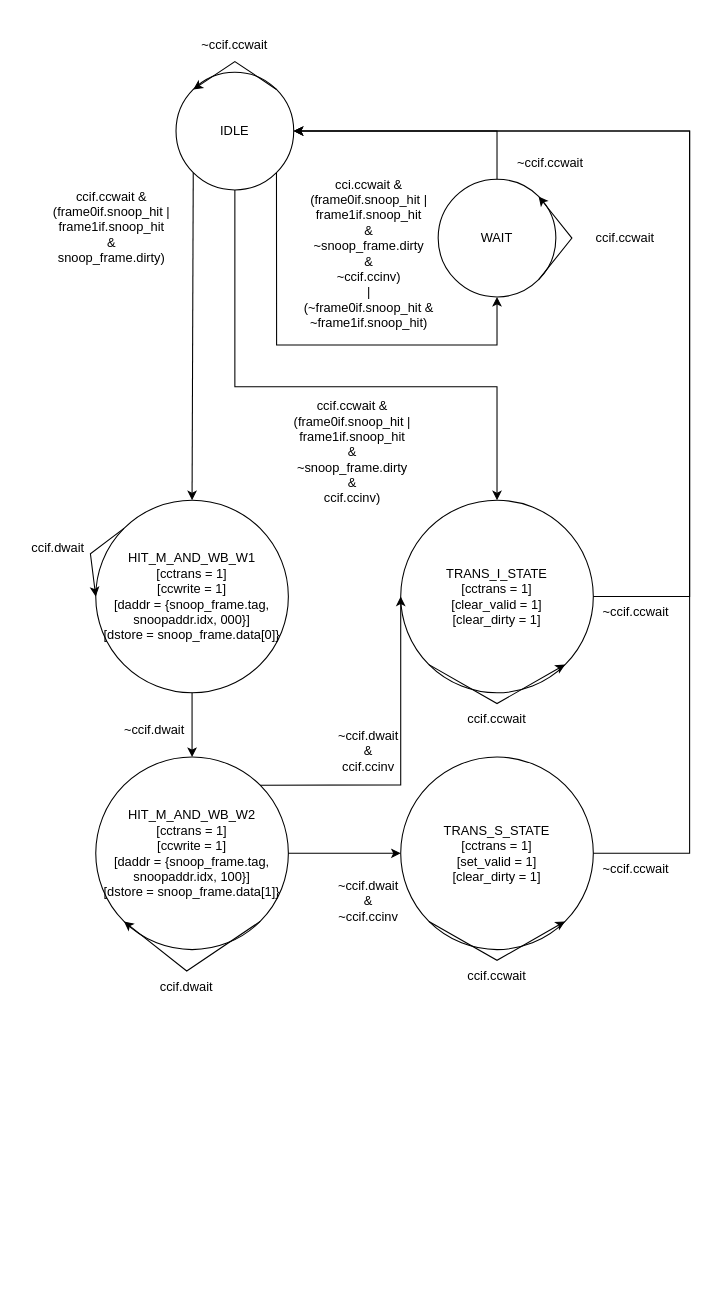
This is page "Page-3" (3 of 3) of Caches.drawio from dsrasheed/ece437, a draw.io file, before an edit. Source tidied: cells renumbered, new cells numbered last; positions are measured from the earlier drawing's top-left corner, leaving out a move shared by most shapes. Both pictures are drawn from the tidied source at 107%, with x=0, y=0 at pixel (26, 29).
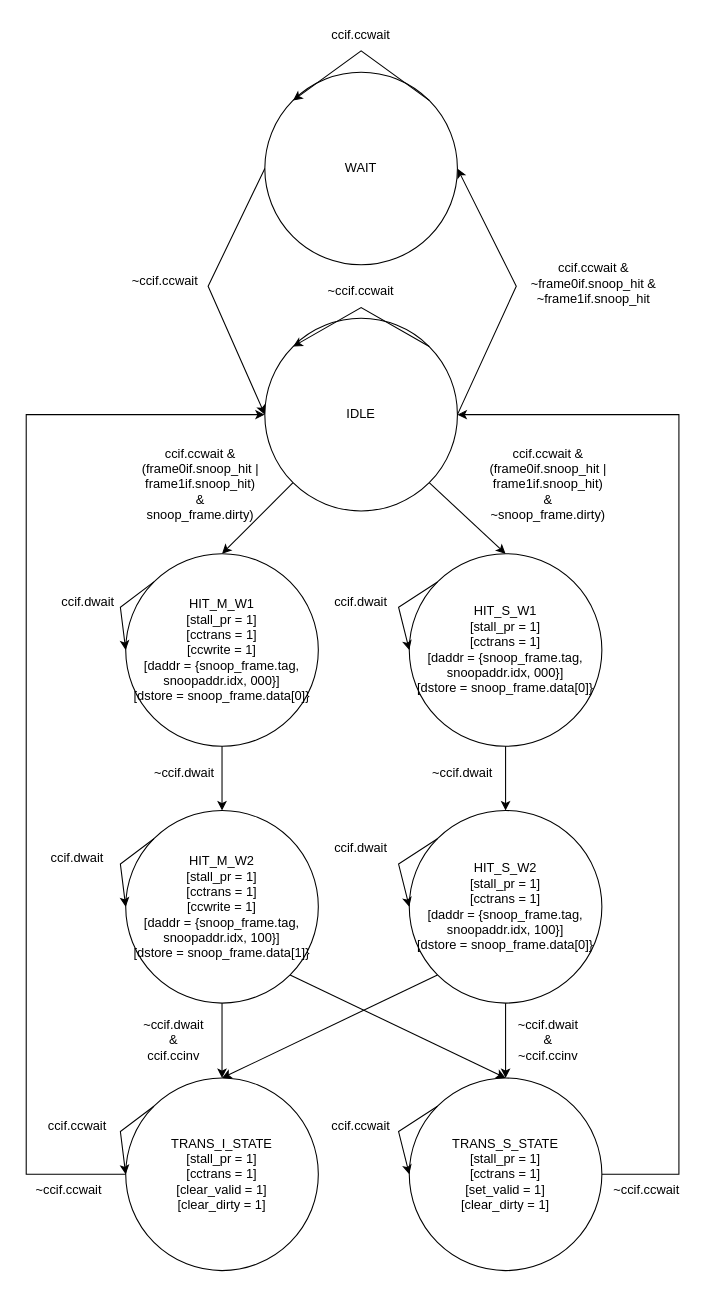
The same page after the edit.

Diff of the diagram source:
```diff
@@
-    <mxCell id="2" value="IDLE" style="ellipse;whiteSpace=wrap;html=1;" parent="1" vertex="1">
-      <mxGeometry x="140" y="40" width="110" height="110" as="geometry" />
-    </mxCell>
@@
-    <mxCell id="4" value="ccif.ccwait &amp;amp;&lt;br&gt;(frame0if.snoop_hit | frame1if.snoop_hit&lt;br&gt;&amp;amp;&lt;br&gt;snoop_frame.dirty)" style="text;html=1;strokeColor=none;fillColor=none;align=center;verticalAlign=middle;whiteSpace=wrap;rounded=0;" parent="1" vertex="1">
-      <mxGeometry x="10" y="140" width="140" height="90" as="geometry" />
+    <mxCell id="4" value="ccif.ccwait &amp;amp;&lt;br&gt;(frame0if.snoop_hit | frame1if.snoop_hit)&lt;br&gt;&amp;amp;&lt;br&gt;snoop_frame.dirty)" style="text;html=1;strokeColor=none;fillColor=none;align=center;verticalAlign=middle;whiteSpace=wrap;rounded=0;" parent="1" vertex="1">
+      <mxGeometry x="93" y="380" width="140" height="90" as="geometry" />
     </mxCell>
-    <mxCell id="5" value="cci.ccwait &amp;amp;&lt;br&gt;(frame0if.snoop_hit |&lt;br&gt;frame1if.snoop_hit&lt;br&gt;&amp;amp;&lt;br&gt;~snoop_frame.dirty&lt;br&gt;&amp;amp;&lt;br&gt;~ccif.ccinv)&lt;br&gt;|&lt;br&gt;(~frame0if.snoop_hit &amp;amp; ~frame1if.snoop_hit)" style="text;html=1;strokeColor=none;fillColor=none;align=center;verticalAlign=middle;whiteSpace=wrap;rounded=0;" parent="1" vertex="1">
-      <mxGeometry x="257.5" y="160" width="125" height="100" as="geometry" />
+    <mxCell id="5" value="&lt;br&gt;ccif.ccwait &amp;amp;&lt;br&gt;~frame0if.snoop_hit &amp;amp; ~frame1if.snoop_hit" style="text;html=1;strokeColor=none;fillColor=none;align=center;verticalAlign=middle;whiteSpace=wrap;rounded=0;" parent="1" vertex="1">
+      <mxGeometry x="468" y="180" width="125" height="100" as="geometry" />
     </mxCell>
-    <mxCell id="6" style="endArrow=classic;html=1;rounded=0;exitX=0.5;exitY=1;exitDx=0;exitDy=0;entryX=0.5;entryY=0;entryDx=0;entryDy=0;" parent="1" edge="1" source="2" target="14">
-      <mxGeometry relative="1" as="geometry">
-        <Array as="points">
-          <mxPoint x="195" y="334" />
-          <mxPoint x="440" y="334" />
-        </Array>
-      </mxGeometry>
-    </mxCell>
-    <mxCell id="7" value="ccif.ccwait &amp;amp;&lt;br&gt;(frame0if.snoop_hit | frame1if.snoop_hit&lt;br&gt;&amp;amp;&lt;br&gt;~snoop_frame.dirty&lt;br&gt;&amp;amp;&lt;br&gt;ccif.ccinv)" style="text;html=1;strokeColor=none;fillColor=none;align=center;verticalAlign=middle;whiteSpace=wrap;rounded=0;" parent="1" vertex="1">
-      <mxGeometry x="235" y="380" width="140" height="30" as="geometry" />
+    <mxCell id="7" value="ccif.ccwait &amp;amp;&lt;br&gt;(frame0if.snoop_hit | frame1if.snoop_hit)&lt;br&gt;&amp;amp;&lt;br&gt;~snoop_frame.dirty)" style="text;html=1;strokeColor=none;fillColor=none;align=center;verticalAlign=middle;whiteSpace=wrap;rounded=0;" parent="1" vertex="1">
+      <mxGeometry x="418" y="410" width="140" height="30" as="geometry" />
     </mxCell>
-    <mxCell id="8" value="HIT_M_AND_WB_W1&lt;br&gt;[cctrans = 1]&lt;br&gt;[ccwrite = 1]&lt;br&gt;[daddr = {snoop_frame.tag, snoopaddr.idx, 000}]&lt;br&gt;[dstore = snoop_frame.data[0]}" style="ellipse;whiteSpace=wrap;html=1;" parent="1" vertex="1">
-      <mxGeometry x="65" y="440" width="180" height="180" as="geometry" />
+    <mxCell id="8" value="HIT_M_W1&lt;br&gt;[stall_pr = 1]&lt;br&gt;[cctrans = 1]&lt;br&gt;[ccwrite = 1]&lt;br&gt;[daddr = {snoop_frame.tag, snoopaddr.idx, 000}]&lt;br&gt;[dstore = snoop_frame.data[0]}" style="ellipse;whiteSpace=wrap;html=1;" parent="1" vertex="1">
+      <mxGeometry x="93" y="490" width="180" height="180" as="geometry" />
     </mxCell>
-    <mxCell id="9" value="HIT_M_AND_WB_W2&lt;br&gt;[cctrans = 1]&lt;br&gt;[ccwrite = 1]&lt;br&gt;[daddr = {snoop_frame.tag, snoopaddr.idx, 100}]&lt;br&gt;[dstore = snoop_frame.data[1]}" style="ellipse;whiteSpace=wrap;html=1;" parent="1" vertex="1">
-      <mxGeometry x="65" y="680" width="180" height="180" as="geometry" />
+    <mxCell id="9" value="HIT_M_W2&lt;br&gt;[stall_pr = 1]&lt;br&gt;[cctrans = 1]&lt;br&gt;[ccwrite = 1]&lt;br&gt;[daddr = {snoop_frame.tag, snoopaddr.idx, 100}]&lt;br&gt;[dstore = snoop_frame.data[1]}" style="ellipse;whiteSpace=wrap;html=1;" parent="1" vertex="1">
+      <mxGeometry x="93" y="730" width="180" height="180" as="geometry" />
     </mxCell>
@@
     <mxCell id="11" value="~ccif.dwait" style="text;html=1;strokeColor=none;fillColor=none;align=center;verticalAlign=middle;whiteSpace=wrap;rounded=0;" parent="1" vertex="1">
-      <mxGeometry x="90" y="640" width="60" height="30" as="geometry" />
+      <mxGeometry x="118" y="680" width="60" height="30" as="geometry" />
     </mxCell>
     <mxCell id="12" style="endArrow=classic;html=1;rounded=0;entryX=0;entryY=0.5;entryDx=0;entryDy=0;exitX=0;exitY=0;exitDx=0;exitDy=0;" parent="1" edge="1" source="8" target="8">
       <mxGeometry relative="1" as="geometry">
         <Array as="points">
-          <mxPoint x="60" y="490" />
+          <mxPoint x="88" y="540" />
         </Array>
       </mxGeometry>
     </mxCell>
     <mxCell id="13" value="ccif.dwait" style="text;html=1;strokeColor=none;fillColor=none;align=center;verticalAlign=middle;whiteSpace=wrap;rounded=0;" parent="1" vertex="1">
-      <mxGeometry y="470" width="60" height="30" as="geometry" />
+      <mxGeometry x="28" y="520" width="60" height="30" as="geometry" />
     </mxCell>
-    <mxCell id="14" value="TRANS_I_STATE&lt;br&gt;[cctrans = 1]&lt;br&gt;[clear_valid = 1]&lt;br&gt;[clear_dirty = 1]" style="ellipse;whiteSpace=wrap;html=1;" parent="1" vertex="1">
-      <mxGeometry x="350" y="440" width="180" height="180" as="geometry" />
-    </mxCell>
-    <mxCell id="15" style="endArrow=classic;html=1;rounded=0;exitX=1;exitY=0;exitDx=0;exitDy=0;entryX=0;entryY=0.5;entryDx=0;entryDy=0;" parent="1" edge="1" source="9" target="14">
-      <mxGeometry relative="1" as="geometry">
-        <Array as="points">
-          <mxPoint x="350" y="706" />
-        </Array>
-      </mxGeometry>
-    </mxCell>
-    <mxCell id="16" value="~ccif.dwait &lt;br&gt;&amp;amp;&lt;br&gt;ccif.ccinv" style="text;html=1;strokeColor=none;fillColor=none;align=center;verticalAlign=middle;whiteSpace=wrap;rounded=0;" parent="1" vertex="1">
-      <mxGeometry x="260" y="660" width="120" height="30" as="geometry" />
-    </mxCell>
-    <mxCell id="17" style="endArrow=classic;html=1;rounded=0;exitX=1;exitY=1;exitDx=0;exitDy=0;entryX=0;entryY=1;entryDx=0;entryDy=0;" parent="1" edge="1" source="9" target="9">
+    <mxCell id="17" style="endArrow=classic;html=1;rounded=0;exitX=0;exitY=0;exitDx=0;exitDy=0;entryX=0;entryY=0.5;entryDx=0;entryDy=0;" parent="1" edge="1" source="9" target="9">
       <mxGeometry relative="1" as="geometry">
         <Array as="points">
-          <mxPoint x="150" y="880" />
+          <mxPoint x="88" y="780" />
         </Array>
       </mxGeometry>
     </mxCell>
     <mxCell id="18" value="ccif.dwait" style="text;html=1;strokeColor=none;fillColor=none;align=center;verticalAlign=middle;whiteSpace=wrap;rounded=0;" parent="1" vertex="1">
-      <mxGeometry x="120" y="880" width="60" height="30" as="geometry" />
+      <mxGeometry x="18" y="760" width="60" height="30" as="geometry" />
     </mxCell>
+    <mxCell id="23" value="~ccif.ccwait" style="text;html=1;strokeColor=none;fillColor=none;align=center;verticalAlign=middle;whiteSpace=wrap;rounded=0;" parent="1" vertex="1">
+      <mxGeometry x="283" y="230" width="60" height="30" as="geometry" />
+    </mxCell>
+    <mxCell id="38" value="TRANS_I_STATE&lt;br&gt;[stall_pr = 1]&lt;br&gt;[cctrans = 1]&lt;br&gt;[clear_valid = 1]&lt;br&gt;[clear_dirty = 1]" style="ellipse;whiteSpace=wrap;html=1;" parent="1" vertex="1">
+      <mxGeometry x="93" y="980" width="180" height="180" as="geometry" />
+    </mxCell>
+    <mxCell id="39" value="TRANS_S_STATE&lt;br&gt;[stall_pr = 1]&lt;br&gt;[cctrans = 1]&lt;br&gt;[set_valid = 1]&lt;br&gt;[clear_dirty = 1]" style="ellipse;whiteSpace=wrap;html=1;" parent="1" vertex="1">
+      <mxGeometry x="358" y="980" width="180" height="180" as="geometry" />
+    </mxCell>
+    <mxCell id="40" value="HIT_S_W1&lt;br&gt;[stall_pr = 1]&lt;br&gt;[cctrans = 1]&lt;br&gt;[daddr = {snoop_frame.tag, snoopaddr.idx, 000}]&lt;br&gt;[dstore = snoop_frame.data[0]}" style="ellipse;whiteSpace=wrap;html=1;" parent="1" vertex="1">
+      <mxGeometry x="358" y="490" width="180" height="180" as="geometry" />
+    </mxCell>
+    <mxCell id="41" style="endArrow=classic;html=1;rounded=0;entryX=0.5;entryY=0;entryDx=0;entryDy=0;exitX=0.5;exitY=1;exitDx=0;exitDy=0;" parent="1" edge="1" source="40" target="42">
+      <mxGeometry relative="1" as="geometry" />
+    </mxCell>
+    <mxCell id="42" value="HIT_S_W2&lt;br&gt;[stall_pr = 1]&lt;br&gt;[cctrans = 1]&lt;br&gt;[daddr = {snoop_frame.tag, snoopaddr.idx, 100}]&lt;br&gt;[dstore = snoop_frame.data[0]}" style="ellipse;whiteSpace=wrap;html=1;" parent="1" vertex="1">
+      <mxGeometry x="358" y="730" width="180" height="180" as="geometry" />
+    </mxCell>
+    <mxCell id="43" value="~ccif.dwait" style="text;html=1;strokeColor=none;fillColor=none;align=center;verticalAlign=middle;whiteSpace=wrap;rounded=0;" parent="1" vertex="1">
+      <mxGeometry x="378" y="680" width="60" height="30" as="geometry" />
+    </mxCell>
+    <mxCell id="44" style="endArrow=classic;html=1;rounded=0;entryX=0;entryY=0.5;entryDx=0;entryDy=0;exitX=0;exitY=0;exitDx=0;exitDy=0;" parent="1" edge="1" source="40" target="40">
+      <mxGeometry relative="1" as="geometry">
+        <Array as="points">
+          <mxPoint x="348" y="540" />
+        </Array>
+      </mxGeometry>
+    </mxCell>
+    <mxCell id="45" value="ccif.dwait" style="text;html=1;strokeColor=none;fillColor=none;align=center;verticalAlign=middle;whiteSpace=wrap;rounded=0;" parent="1" vertex="1">
+      <mxGeometry x="283" y="520" width="60" height="30" as="geometry" />
+    </mxCell>
+    <mxCell id="46" style="endArrow=classic;html=1;rounded=0;entryX=0;entryY=0.5;entryDx=0;entryDy=0;exitX=0;exitY=0;exitDx=0;exitDy=0;" parent="1" edge="1" source="42" target="42">
+      <mxGeometry relative="1" as="geometry">
+        <Array as="points">
+          <mxPoint x="348" y="780" />
+        </Array>
+      </mxGeometry>
+    </mxCell>
+    <mxCell id="47" value="ccif.dwait" style="text;html=1;strokeColor=none;fillColor=none;align=center;verticalAlign=middle;whiteSpace=wrap;rounded=0;" parent="1" vertex="1">
+      <mxGeometry x="283" y="750" width="60" height="30" as="geometry" />
+    </mxCell>
+    <mxCell id="48" style="endArrow=classic;html=1;rounded=0;entryX=0.5;entryY=0;entryDx=0;entryDy=0;exitX=0.5;exitY=1;exitDx=0;exitDy=0;" parent="1" edge="1" source="9" target="38">
+      <mxGeometry relative="1" as="geometry" />
+    </mxCell>
+    <mxCell id="49" style="endArrow=classic;html=1;rounded=0;entryX=0.5;entryY=0;entryDx=0;entryDy=0;exitX=0;exitY=1;exitDx=0;exitDy=0;" parent="1" edge="1" source="42" target="38">
+      <mxGeometry relative="1" as="geometry" />
+    </mxCell>
+    <mxCell id="50" style="endArrow=classic;html=1;rounded=0;entryX=0.5;entryY=0;entryDx=0;entryDy=0;exitX=0.5;exitY=1;exitDx=0;exitDy=0;" parent="1" edge="1" source="42" target="39">
+      <mxGeometry relative="1" as="geometry" />
+    </mxCell>
+    <mxCell id="51" style="endArrow=classic;html=1;rounded=0;entryX=0.5;entryY=0;entryDx=0;entryDy=0;exitX=1;exitY=1;exitDx=0;exitDy=0;" parent="1" edge="1" source="9" target="39">
+      <mxGeometry relative="1" as="geometry" />
+    </mxCell>
+    <mxCell id="16" value="~ccif.dwait&lt;br&gt;&amp;amp;&lt;br&gt;ccif.ccinv" style="text;html=1;strokeColor=none;fillColor=none;align=center;verticalAlign=middle;whiteSpace=wrap;rounded=0;" parent="1" vertex="1">
+      <mxGeometry x="108" y="930" width="60" height="30" as="geometry" />
+    </mxCell>
-    <mxCell id="19" value="~ccif.dwait &lt;br&gt;&amp;amp;&lt;br&gt;~ccif.ccinv" style="text;html=1;strokeColor=none;fillColor=none;align=center;verticalAlign=middle;whiteSpace=wrap;rounded=0;" parent="1" vertex="1">
-      <mxGeometry x="280" y="800" width="80" height="30" as="geometry" />
+    <mxCell id="19" value="~ccif.dwait&lt;br&gt;&amp;amp;&lt;br&gt;~ccif.ccinv" style="text;html=1;strokeColor=none;fillColor=none;align=center;verticalAlign=middle;whiteSpace=wrap;rounded=0;" parent="1" vertex="1">
+      <mxGeometry x="458" y="930" width="60" height="30" as="geometry" />
     </mxCell>
+    <mxCell id="52" style="endArrow=classic;html=1;rounded=0;entryX=0;entryY=0.5;entryDx=0;entryDy=0;exitX=0;exitY=0;exitDx=0;exitDy=0;" parent="1" edge="1" source="38" target="38">
+      <mxGeometry relative="1" as="geometry">
+        <Array as="points">
+          <mxPoint x="88" y="1030" />
+        </Array>
+      </mxGeometry>
+    </mxCell>
+    <mxCell id="53" value="ccif.ccwait" style="text;html=1;strokeColor=none;fillColor=none;align=center;verticalAlign=middle;whiteSpace=wrap;rounded=0;" parent="1" vertex="1">
+      <mxGeometry x="18" y="1010" width="60" height="30" as="geometry" />
+    </mxCell>
+    <mxCell id="54" style="endArrow=classic;html=1;rounded=0;entryX=0;entryY=0.5;entryDx=0;entryDy=0;exitX=0;exitY=0;exitDx=0;exitDy=0;" parent="1" edge="1" source="39" target="39">
+      <mxGeometry relative="1" as="geometry">
+        <Array as="points">
+          <mxPoint x="348" y="1030" />
+        </Array>
+      </mxGeometry>
+    </mxCell>
+    <mxCell id="55" value="ccif.ccwait" style="text;html=1;strokeColor=none;fillColor=none;align=center;verticalAlign=middle;whiteSpace=wrap;rounded=0;" parent="1" vertex="1">
+      <mxGeometry x="283" y="1010" width="60" height="30" as="geometry" />
+    </mxCell>
+    <mxCell id="2" value="IDLE" style="ellipse;whiteSpace=wrap;html=1;" parent="1" vertex="1">
+      <mxGeometry x="223" y="270" width="180" height="180" as="geometry" />
+    </mxCell>
+    <mxCell id="56" style="endArrow=classic;html=1;rounded=0;entryX=0.5;entryY=0;entryDx=0;entryDy=0;exitX=1;exitY=1;exitDx=0;exitDy=0;" parent="1" edge="1" source="2" target="40">
+      <mxGeometry relative="1" as="geometry" />
+    </mxCell>
+    <mxCell id="22" style="endArrow=classic;html=1;rounded=0;entryX=0;entryY=0;entryDx=0;entryDy=0;exitX=1;exitY=0;exitDx=0;exitDy=0;" parent="1" edge="1" source="2" target="2">
+      <mxGeometry relative="1" as="geometry">
+        <Array as="points">
+          <mxPoint x="313" y="260" />
+        </Array>
+      </mxGeometry>
+    </mxCell>
-    <mxCell id="20" style="endArrow=classic;html=1;rounded=0;entryX=0.5;entryY=1;entryDx=0;entryDy=0;exitX=1;exitY=1;exitDx=0;exitDy=0;" parent="1" edge="1" source="2" target="29">
+    <mxCell id="20" style="endArrow=classic;html=1;rounded=0;exitX=1;exitY=0.5;exitDx=0;exitDy=0;entryX=1;entryY=0.5;entryDx=0;entryDy=0;" parent="1" edge="1" source="2" target="29">
       <mxGeometry relative="1" as="geometry">
         <Array as="points">
-          <mxPoint x="234" y="295" />
-          <mxPoint x="440" y="295" />
+          <mxPoint x="458" y="240" />
         </Array>
       </mxGeometry>
     </mxCell>
-    <mxCell id="21" value="ccif.ccwait" style="text;html=1;strokeColor=none;fillColor=none;align=center;verticalAlign=middle;whiteSpace=wrap;rounded=0;" parent="1" vertex="1">
-      <mxGeometry x="410" y="630" width="60" height="30" as="geometry" />
-    </mxCell>
-    <mxCell id="22" style="endArrow=classic;html=1;rounded=0;entryX=0;entryY=0;entryDx=0;entryDy=0;exitX=1;exitY=0;exitDx=0;exitDy=0;" parent="1" edge="1" source="2" target="2">
-      <mxGeometry relative="1" as="geometry">
-        <Array as="points">
-          <mxPoint x="195" y="30" />
-        </Array>
-      </mxGeometry>
-    </mxCell>
-    <mxCell id="23" value="~ccif.ccwait" style="text;html=1;strokeColor=none;fillColor=none;align=center;verticalAlign=middle;whiteSpace=wrap;rounded=0;" parent="1" vertex="1">
-      <mxGeometry x="165" width="60" height="30" as="geometry" />
-    </mxCell>
-    <mxCell id="24" value="~ccif.ccwait" style="text;html=1;strokeColor=none;fillColor=none;align=center;verticalAlign=middle;whiteSpace=wrap;rounded=0;" parent="1" vertex="1">
-      <mxGeometry x="540" y="530" width="60" height="30" as="geometry" />
-    </mxCell>
-    <mxCell id="25" value="TRANS_S_STATE&lt;br&gt;[cctrans = 1]&lt;br&gt;[set_valid = 1]&lt;br&gt;[clear_dirty = 1]" style="ellipse;whiteSpace=wrap;html=1;" parent="1" vertex="1">
-      <mxGeometry x="350" y="680" width="180" height="180" as="geometry" />
-    </mxCell>
-    <mxCell id="26" style="endArrow=classic;html=1;rounded=0;exitX=1;exitY=0.5;exitDx=0;exitDy=0;entryX=0;entryY=0.5;entryDx=0;entryDy=0;" parent="1" edge="1" source="9" target="25">
-      <mxGeometry relative="1" as="geometry" />
-    </mxCell>
-    <mxCell id="27" style="endArrow=classic;html=1;rounded=0;entryX=1;entryY=1;entryDx=0;entryDy=0;exitX=0;exitY=1;exitDx=0;exitDy=0;" parent="1" edge="1" source="14" target="14">
-      <mxGeometry relative="1" as="geometry">
-        <Array as="points">
-          <mxPoint x="440" y="630" />
-        </Array>
-      </mxGeometry>
-    </mxCell>
-    <mxCell id="28" style="endArrow=classic;html=1;rounded=0;entryX=1;entryY=0.5;entryDx=0;entryDy=0;exitX=1;exitY=0.5;exitDx=0;exitDy=0;" parent="1" edge="1" source="14" target="2">
-      <mxGeometry relative="1" as="geometry">
-        <Array as="points">
-          <mxPoint x="620" y="530" />
-          <mxPoint x="620" y="95" />
-        </Array>
-      </mxGeometry>
-    </mxCell>
     <mxCell id="29" value="WAIT" style="ellipse;whiteSpace=wrap;html=1;" parent="1" vertex="1">
-      <mxGeometry x="385" y="140" width="110" height="110" as="geometry" />
+      <mxGeometry x="223" y="40" width="180" height="180" as="geometry" />
     </mxCell>
+    <mxCell id="32" style="endArrow=classic;html=1;rounded=0;entryX=0;entryY=0;entryDx=0;entryDy=0;exitX=1;exitY=0;exitDx=0;exitDy=0;" parent="1" edge="1" source="29" target="29">
+      <mxGeometry relative="1" as="geometry">
+        <Array as="points">
+          <mxPoint x="313" y="20" />
+        </Array>
+      </mxGeometry>
+    </mxCell>
+    <mxCell id="57" value="ccif.ccwait" style="text;html=1;strokeColor=none;fillColor=none;align=center;verticalAlign=middle;whiteSpace=wrap;rounded=0;" parent="1" vertex="1">
+      <mxGeometry x="283" y="-10" width="60" height="30" as="geometry" />
+    </mxCell>
-    <mxCell id="30" style="endArrow=classic;html=1;rounded=0;entryX=1;entryY=0.5;entryDx=0;entryDy=0;exitX=0.5;exitY=0;exitDx=0;exitDy=0;" parent="1" edge="1" source="29" target="2">
+    <mxCell id="30" style="endArrow=classic;html=1;rounded=0;entryX=0;entryY=0.5;entryDx=0;entryDy=0;exitX=0;exitY=0.5;exitDx=0;exitDy=0;" parent="1" edge="1" source="29" target="2">
       <mxGeometry relative="1" as="geometry">
         <Array as="points">
-          <mxPoint x="440" y="95" />
+          <mxPoint x="170" y="240" />
         </Array>
       </mxGeometry>
     </mxCell>
-    <mxCell id="31" value="ccif.ccwait" style="text;html=1;strokeColor=none;fillColor=none;align=center;verticalAlign=middle;whiteSpace=wrap;rounded=0;" parent="1" vertex="1">
-      <mxGeometry x="530" y="180" width="60" height="30" as="geometry" />
-    </mxCell>
-    <mxCell id="32" style="endArrow=classic;html=1;rounded=0;entryX=1;entryY=0;entryDx=0;entryDy=0;exitX=1;exitY=1;exitDx=0;exitDy=0;" parent="1" edge="1" source="29" target="29">
-      <mxGeometry relative="1" as="geometry">
-        <Array as="points">
-          <mxPoint x="510" y="195" />
-        </Array>
-      </mxGeometry>
-    </mxCell>
-    <mxCell id="33" value="~ccif.ccwait" style="text;html=1;strokeColor=none;fillColor=none;align=center;verticalAlign=middle;whiteSpace=wrap;rounded=0;" parent="1" vertex="1">
-      <mxGeometry x="460" y="110" width="60" height="30" as="geometry" />
-    </mxCell>
-    <mxCell id="34" style="endArrow=classic;html=1;rounded=0;exitX=1;exitY=0.5;exitDx=0;exitDy=0;entryX=1;entryY=0.5;entryDx=0;entryDy=0;" parent="1" edge="1" source="25" target="2">
-      <mxGeometry relative="1" as="geometry">
-        <Array as="points">
-          <mxPoint x="620" y="770" />
-          <mxPoint x="620" y="95" />
-        </Array>
-      </mxGeometry>
-    </mxCell>
-    <mxCell id="35" value="~ccif.ccwait" style="text;html=1;strokeColor=none;fillColor=none;align=center;verticalAlign=middle;whiteSpace=wrap;rounded=0;" parent="1" vertex="1">
-      <mxGeometry x="540" y="770" width="60" height="30" as="geometry" />
-    </mxCell>
-    <mxCell id="36" style="endArrow=classic;html=1;rounded=0;entryX=1;entryY=1;entryDx=0;entryDy=0;exitX=0;exitY=1;exitDx=0;exitDy=0;" parent="1" edge="1" source="25" target="25">
-      <mxGeometry relative="1" as="geometry">
-        <Array as="points">
-          <mxPoint x="440" y="870" />
-        </Array>
-      </mxGeometry>
-    </mxCell>
-    <mxCell id="37" value="ccif.ccwait" style="text;html=1;strokeColor=none;fillColor=none;align=center;verticalAlign=middle;whiteSpace=wrap;rounded=0;" parent="1" vertex="1">
-      <mxGeometry x="410" y="870" width="60" height="30" as="geometry" />
-    </mxCell>
+    <mxCell id="58" value="~ccif.ccwait" style="text;html=1;strokeColor=none;fillColor=none;align=center;verticalAlign=middle;whiteSpace=wrap;rounded=0;" parent="1" vertex="1">
+      <mxGeometry x="100" y="220" width="60" height="30" as="geometry" />
+    </mxCell>
+    <mxCell id="59" style="endArrow=classic;html=1;rounded=0;exitX=0;exitY=0.5;exitDx=0;exitDy=0;entryX=0;entryY=0.5;entryDx=0;entryDy=0;" parent="1" edge="1" source="38" target="2">
+      <mxGeometry relative="1" as="geometry">
+        <Array as="points">
+          <mxPoint y="1070" />
+          <mxPoint y="360" />
+        </Array>
+      </mxGeometry>
+    </mxCell>
+    <mxCell id="60" style="endArrow=classic;html=1;rounded=0;entryX=1;entryY=0.5;entryDx=0;entryDy=0;exitX=1;exitY=0.5;exitDx=0;exitDy=0;" parent="1" edge="1" source="39" target="2">
+      <mxGeometry relative="1" as="geometry">
+        <Array as="points">
+          <mxPoint x="610" y="1070" />
+          <mxPoint x="610" y="360" />
+        </Array>
+      </mxGeometry>
+    </mxCell>
+    <mxCell id="61" value="~ccif.ccwait" style="text;html=1;strokeColor=none;fillColor=none;align=center;verticalAlign=middle;whiteSpace=wrap;rounded=0;" parent="1" vertex="1">
+      <mxGeometry x="10" y="1070" width="60" height="30" as="geometry" />
+    </mxCell>
+    <mxCell id="62" value="~ccif.ccwait" style="text;html=1;strokeColor=none;fillColor=none;align=center;verticalAlign=middle;whiteSpace=wrap;rounded=0;" parent="1" vertex="1">
+      <mxGeometry x="550" y="1070" width="60" height="30" as="geometry" />
+    </mxCell>
```
